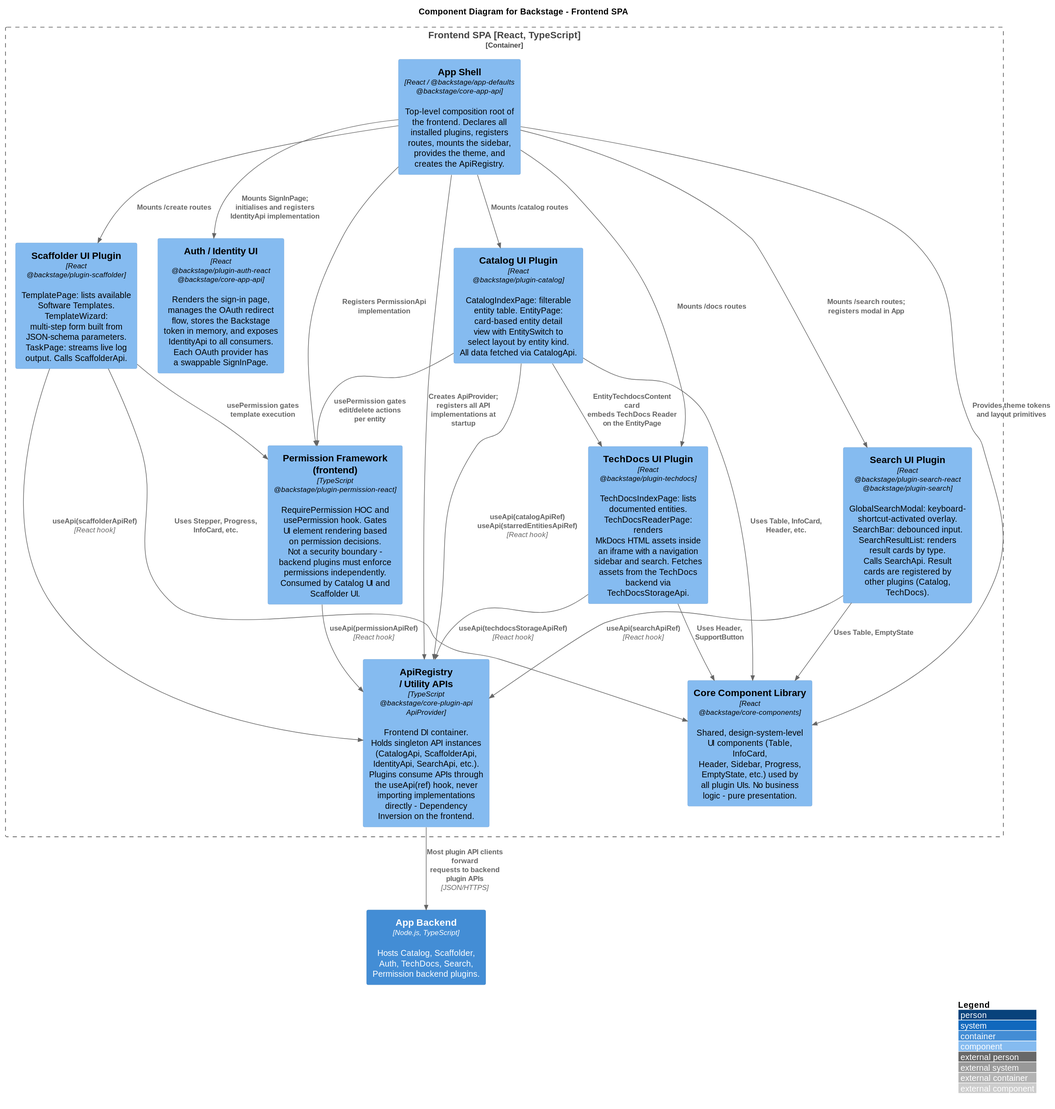
Above: out/notes/architecture/diagrams/component-diagram-frontend/component-diagram-frontend.svg in Group06-SwDA/Project (PlantUML), before the change. Source of this version:
```plantuml
@startuml
!include <c4/C4_Component.puml>

LAYOUT_WITH_LEGEND()

title Component Diagram for Backstage - Frontend SPA

Container_Boundary(frontend, "Frontend SPA [React, TypeScript]") {

    Component(appShell, "App Shell", "React / @backstage/app-defaults\n@backstage/core-app-api", "Top-level composition root of\nthe frontend. Declares all\ninstalled plugins, registers\nroutes, mounts the sidebar,\nprovides the theme, and\ncreates the ApiRegistry.")

    Component(apiRegistry, "ApiRegistry\n/ Utility APIs", "TypeScript\n@backstage/core-plugin-api\nApiProvider", "Frontend DI container.\nHolds singleton API instances\n(CatalogApi, ScaffolderApi,\nIdentityApi, SearchApi, etc.).\nPlugins consume APIs through\nthe useApi(ref) hook, never\nimporting implementations\ndirectly - Dependency\nInversion on the frontend.")

    Component(identityAuth, "Auth / Identity UI", "React\n@backstage/plugin-auth-react\n@backstage/core-app-api", "Renders the sign-in page,\nmanages the OAuth redirect\nflow, stores the Backstage\ntoken in memory, and exposes\nIdentityApi to all consumers.\nEach OAuth provider has\na swappable SignInPage.")

    Component(catalogUI, "Catalog UI Plugin", "React\n@backstage/plugin-catalog", "CatalogIndexPage: filterable\nentity table. EntityPage:\ncard-based entity detail\nview with EntitySwitch to\nselect layout by entity kind.\nAll data fetched via CatalogApi.")

    Component(scaffolderUI, "Scaffolder UI Plugin", "React\n@backstage/plugin-scaffolder", "TemplatePage: lists available\nSoftware Templates. TemplateWizard:\nmulti-step form built from\nJSON-schema parameters.\nTaskPage: streams live log\noutput. Calls ScaffolderApi.")

    Component(techdocsUI, "TechDocs UI Plugin", "React\n@backstage/plugin-techdocs", "TechDocsIndexPage: lists\ndocumented entities.\nTechDocsReaderPage: renders\nMkDocs HTML assets inside\nan iframe with a navigation\nsidebar and search. Fetches\nassets from the TechDocs\nbackend via TechDocsStorageApi.")

    Component(searchUI, "Search UI Plugin", "React\n@backstage/plugin-search-react\n@backstage/plugin-search", "GlobalSearchModal: keyboard-\nshortcut-activated overlay.\nSearchBar: debounced input.\nSearchResultList: renders\nresult cards by type.\nCalls SearchApi. Result\ncards are registered by\nother plugins (Catalog, TechDocs).")

    Component(permissionUI, "Permission Framework\n(frontend)", "TypeScript\n@backstage/plugin-permission-react", "RequirePermission HOC and\nusePermission hook. Gates\nUI element rendering based\non permission decisions.\nNot a security boundary -\nbackend plugins must enforce\npermissions independently.\nConsumed by Catalog UI and\nScaffolder UI.")

    Component(coreComponents, "Core Component Library", "React\n@backstage/core-components", "Shared, design-system-level\nUI components (Table, InfoCard,\nHeader, Sidebar, Progress,\nEmptyState, etc.) used by\nall plugin UIs. No business\nlogic - pure presentation.")
}

Container(backend, "App Backend", "Node.js, TypeScript", "Hosts Catalog, Scaffolder,\nAuth, TechDocs, Search,\nPermission backend plugins.")

Rel(appShell, apiRegistry, "Creates ApiProvider;\nregisters all API\nimplementations at startup")
Rel(appShell, identityAuth, "Mounts SignInPage;\ninitialises and registers\nIdentityApi implementation")
Rel(appShell, catalogUI, "Mounts /catalog routes")
Rel(appShell, scaffolderUI, "Mounts /create routes")
Rel(appShell, techdocsUI, "Mounts /docs routes")
Rel(appShell, searchUI, "Mounts /search routes;\nregisters modal in App")
Rel(appShell, permissionUI, "Registers PermissionApi\nimplementation")
Rel(appShell, coreComponents, "Provides theme tokens\nand layout primitives")

Rel(catalogUI, apiRegistry, "useApi(catalogApiRef)\nuseApi(starredEntitiesApiRef)", "React hook")
Rel(scaffolderUI, apiRegistry, "useApi(scaffolderApiRef)", "React hook")
Rel(techdocsUI, apiRegistry, "useApi(techdocsStorageApiRef)", "React hook")
Rel(searchUI, apiRegistry, "useApi(searchApiRef)", "React hook")
Rel(permissionUI, apiRegistry, "useApi(permissionApiRef)", "React hook")

Rel(catalogUI, coreComponents, "Uses Table, InfoCard,\nHeader, etc.")
Rel(scaffolderUI, coreComponents, "Uses Stepper, Progress,\nInfoCard, etc.")
Rel(techdocsUI, coreComponents, "Uses Header, SupportButton")
Rel(searchUI, coreComponents, "Uses Table, EmptyState")

Rel(catalogUI, techdocsUI, "EntityTechdocsContent card\nembeds TechDocs Reader\non the EntityPage")
Rel(catalogUI, permissionUI, "usePermission gates\nedit/delete actions\nper entity")
Rel(scaffolderUI, permissionUI, "usePermission gates\ntemplate execution")

Rel(apiRegistry, backend, "Most plugin API clients forward\nrequests to backend plugin APIs", "JSON/HTTPS")
@enduml
```
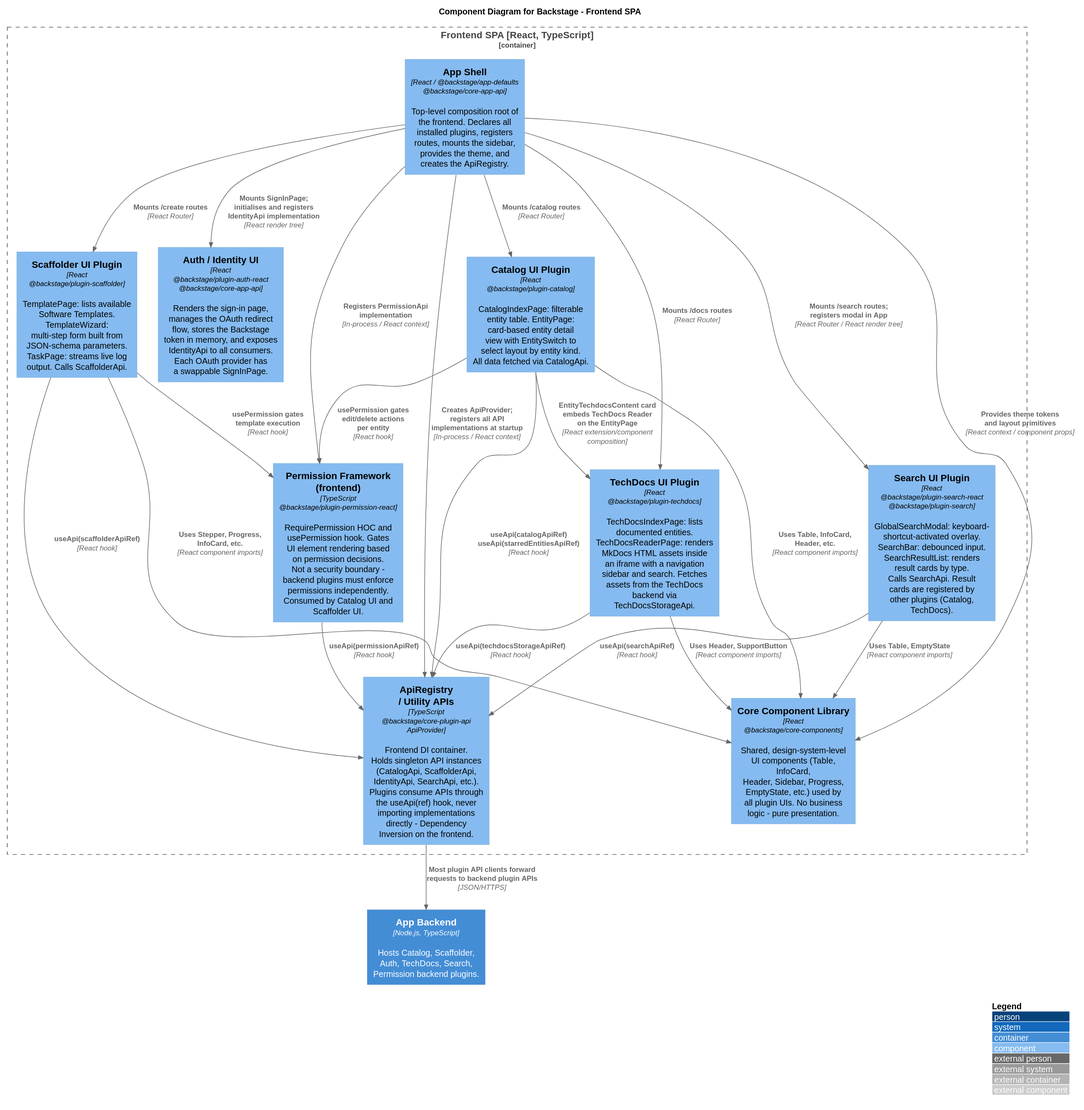
The same file after the commit.

What changed in the source:
```diff
@@ -28,14 +28,14 @@
 
 Container(backend, "App Backend", "Node.js, TypeScript", "Hosts Catalog, Scaffolder,\nAuth, TechDocs, Search,\nPermission backend plugins.")
 
-Rel(appShell, apiRegistry, "Creates ApiProvider;\nregisters all API\nimplementations at startup")
-Rel(appShell, identityAuth, "Mounts SignInPage;\ninitialises and registers\nIdentityApi implementation")
-Rel(appShell, catalogUI, "Mounts /catalog routes")
-Rel(appShell, scaffolderUI, "Mounts /create routes")
-Rel(appShell, techdocsUI, "Mounts /docs routes")
-Rel(appShell, searchUI, "Mounts /search routes;\nregisters modal in App")
-Rel(appShell, permissionUI, "Registers PermissionApi\nimplementation")
-Rel(appShell, coreComponents, "Provides theme tokens\nand layout primitives")
+Rel(appShell, apiRegistry, "Creates ApiProvider;\nregisters all API\nimplementations at startup", "In-process / React context")
+Rel(appShell, identityAuth, "Mounts SignInPage;\ninitialises and registers\nIdentityApi implementation", "React render tree")
+Rel(appShell, catalogUI, "Mounts /catalog routes", "React Router")
+Rel(appShell, scaffolderUI, "Mounts /create routes", "React Router")
+Rel(appShell, techdocsUI, "Mounts /docs routes", "React Router")
+Rel(appShell, searchUI, "Mounts /search routes;\nregisters modal in App", "React Router / React render tree")
+Rel(appShell, permissionUI, "Registers PermissionApi\nimplementation", "In-process / React context")
+Rel(appShell, coreComponents, "Provides theme tokens\nand layout primitives", "React context / component props")
 
 Rel(catalogUI, apiRegistry, "useApi(catalogApiRef)\nuseApi(starredEntitiesApiRef)", "React hook")
 Rel(scaffolderUI, apiRegistry, "useApi(scaffolderApiRef)", "React hook")
@@ -43,14 +43,14 @@
 Rel(searchUI, apiRegistry, "useApi(searchApiRef)", "React hook")
 Rel(permissionUI, apiRegistry, "useApi(permissionApiRef)", "React hook")
 
-Rel(catalogUI, coreComponents, "Uses Table, InfoCard,\nHeader, etc.")
-Rel(scaffolderUI, coreComponents, "Uses Stepper, Progress,\nInfoCard, etc.")
-Rel(techdocsUI, coreComponents, "Uses Header, SupportButton")
-Rel(searchUI, coreComponents, "Uses Table, EmptyState")
+Rel(catalogUI, coreComponents, "Uses Table, InfoCard,\nHeader, etc.", "React component imports")
+Rel(scaffolderUI, coreComponents, "Uses Stepper, Progress,\nInfoCard, etc.", "React component imports")
+Rel(techdocsUI, coreComponents, "Uses Header, SupportButton", "React component imports")
+Rel(searchUI, coreComponents, "Uses Table, EmptyState", "React component imports")
 
-Rel(catalogUI, techdocsUI, "EntityTechdocsContent card\nembeds TechDocs Reader\non the EntityPage")
-Rel(catalogUI, permissionUI, "usePermission gates\nedit/delete actions\nper entity")
-Rel(scaffolderUI, permissionUI, "usePermission gates\ntemplate execution")
+Rel(catalogUI, techdocsUI, "EntityTechdocsContent card\nembeds TechDocs Reader\non the EntityPage", "React extension/component composition")
+Rel(catalogUI, permissionUI, "usePermission gates\nedit/delete actions\nper entity", "React hook")
+Rel(scaffolderUI, permissionUI, "usePermission gates\ntemplate execution", "React hook")
 
 Rel(apiRegistry, backend, "Most plugin API clients forward\nrequests to backend plugin APIs", "JSON/HTTPS")
 @enduml
```
